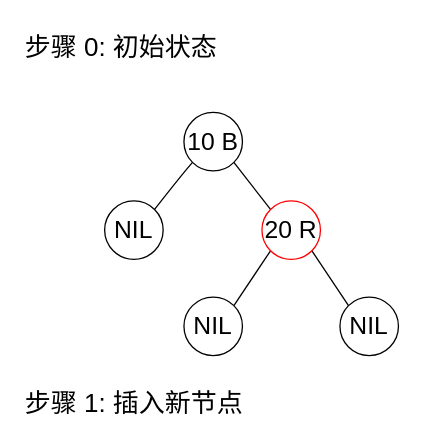
Above: RedBlackWork.drawio in xiaodongYao/DrawIO (draw.io), before the change. Source tidied: cells renumbered, new cells numbered last; positions are measured from the earlier drawing's top-left corner, leaving out a move shared by most shapes. Both pictures are drawn from the tidied source at 130%, with x=0, y=0 at pixel (22, 22).
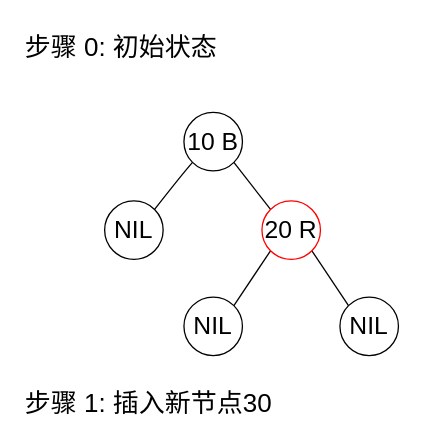
After the change.

Change to the diagram source:
```diff
@@
 <mxGraphModel>
   <root>
     <mxCell id="0" />
     <mxCell id="1" parent="0" />
     <mxCell id="2" style="rounded=0;jettySize=auto;html=1;exitX=0;exitY=1;exitDx=0;exitDy=0;entryX=1;entryY=0;entryDx=0;entryDy=0;curved=1;strokeColor=default;fillColor=default;endArrow=none;endFill=0;" parent="1" edge="1" source="4" target="5">
       <mxGeometry relative="1" as="geometry">
         <Array as="points">
           <mxPoint x="123" y="116" />
         </Array>
       </mxGeometry>
     </mxCell>
     <mxCell id="3" style="rounded=0;jettySize=auto;html=1;exitX=1;exitY=1;exitDx=0;exitDy=0;entryX=0;entryY=0;entryDx=0;entryDy=0;endArrow=none;endFill=0;" parent="1" edge="1" source="4" target="8">
       <mxGeometry relative="1" as="geometry" />
     </mxCell>
     <mxCell id="4" value="10 B" style="ellipse;whiteSpace=wrap;html=1;fontSize=19;" parent="1" vertex="1">
       <mxGeometry x="124" y="69" width="45" height="45" as="geometry" />
     </mxCell>
     <mxCell id="5" value="NIL" style="ellipse;whiteSpace=wrap;html=1;fontSize=19;strokeColor=light-dark(#000000,#EDEDED);" parent="1" vertex="1">
       <mxGeometry x="63" y="137" width="45" height="45" as="geometry" />
     </mxCell>
     <mxCell id="6" style="rounded=0;jettySize=auto;html=1;exitX=0;exitY=1;exitDx=0;exitDy=0;entryX=1;entryY=0;entryDx=0;entryDy=0;endArrow=none;endFill=0;" parent="1" edge="1" source="8" target="11">
       <mxGeometry relative="1" as="geometry" />
     </mxCell>
     <mxCell id="7" style="rounded=0;jettySize=auto;html=1;exitX=1;exitY=1;exitDx=0;exitDy=0;entryX=0;entryY=0;entryDx=0;entryDy=0;endArrow=none;endFill=0;" parent="1" edge="1" source="8" target="10">
       <mxGeometry relative="1" as="geometry" />
     </mxCell>
     <mxCell id="8" value="20 R" style="ellipse;whiteSpace=wrap;html=1;fontSize=19;strokeColor=light-dark(#ff0000, #ededed);" parent="1" vertex="1">
       <mxGeometry x="184" y="137" width="45" height="45" as="geometry" />
     </mxCell>
     <mxCell id="9" value="步骤 0: 初始状态" style="text;whiteSpace=wrap;html=1;fontSize=20;" parent="1" vertex="1">
       <mxGeometry width="244" height="36" as="geometry" />
     </mxCell>
     <mxCell id="10" value="NIL" style="ellipse;whiteSpace=wrap;html=1;fontSize=19;strokeColor=light-dark(#000000,#EDEDED);" parent="1" vertex="1">
       <mxGeometry x="244" y="211" width="45" height="45" as="geometry" />
     </mxCell>
     <mxCell id="11" value="NIL" style="ellipse;whiteSpace=wrap;html=1;fontSize=19;strokeColor=light-dark(#000000,#EDEDED);" parent="1" vertex="1">
       <mxGeometry x="124" y="211" width="45" height="45" as="geometry" />
     </mxCell>
-    <mxCell id="12" value="步骤 1: 插入新节点" style="text;whiteSpace=wrap;html=1;fontSize=20;" parent="1" vertex="1">
+    <mxCell id="12" value="步骤 1: 插入新节点30" style="text;whiteSpace=wrap;html=1;fontSize=20;" parent="1" vertex="1">
       <mxGeometry y="274" width="244" height="36" as="geometry" />
     </mxCell>
   </root>
 </mxGraphModel>
```
